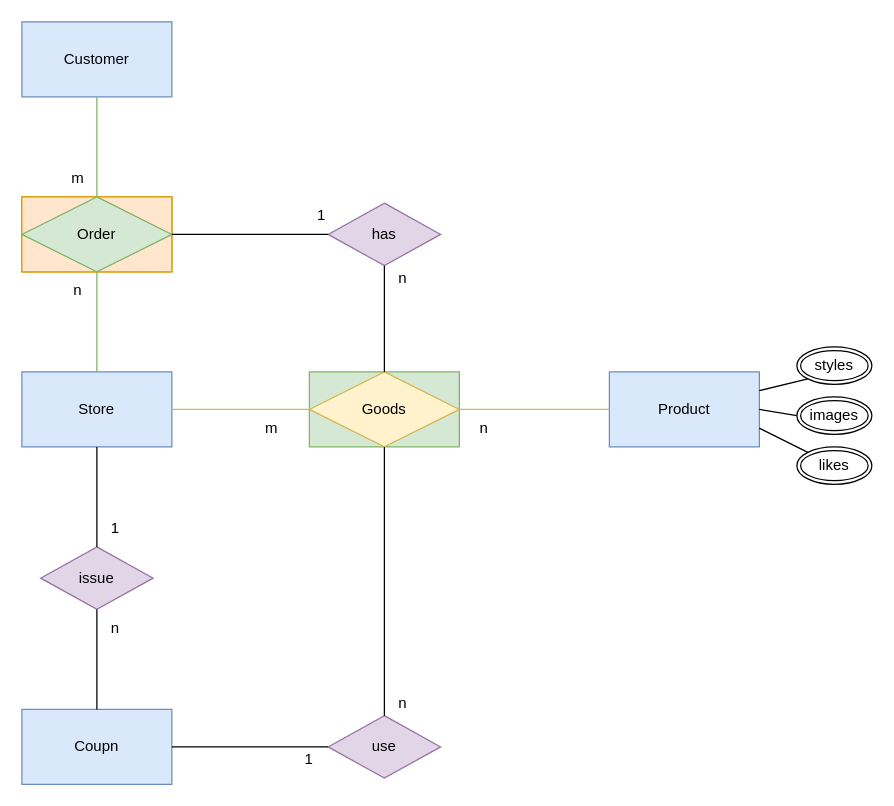
The draw.io diagram doc/model.drawio in mirror520/rs, before the edit. Source tidied: cells renumbered, new cells numbered last; positions are measured from the earlier drawing's top-left corner, leaving out a move shared by most shapes. Both pictures are drawn from the tidied source at 125%, with x=0, y=0 at pixel (21, 21).
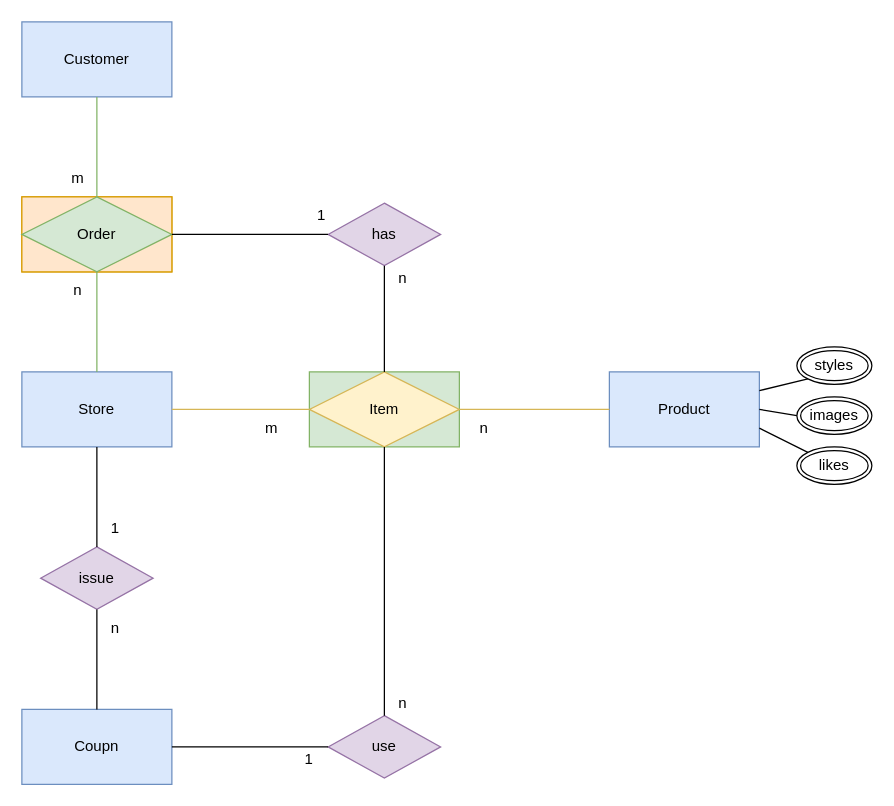
Above is the later version.

The change refers to these unchanged cells:
```xml
<mxCell id="4" style="group;" parent="1" vertex="1">
  <mxGeometry x="230" y="280" width="120" height="60" as="geometry" />
</mxCell>
```

Diff of the diagram source:
```diff
@@
-    <mxCell id="6" value="Goods" style="rhombus;whiteSpace=wrap;html=1;fillColor=#fff2cc;strokeColor=#d6b656;" parent="4" vertex="1">
+    <mxCell id="6" value="Item" style="rhombus;whiteSpace=wrap;html=1;fillColor=#fff2cc;strokeColor=#d6b656;" parent="4" vertex="1">
       <mxGeometry width="120" height="60" as="geometry" />
     </mxCell>
```
